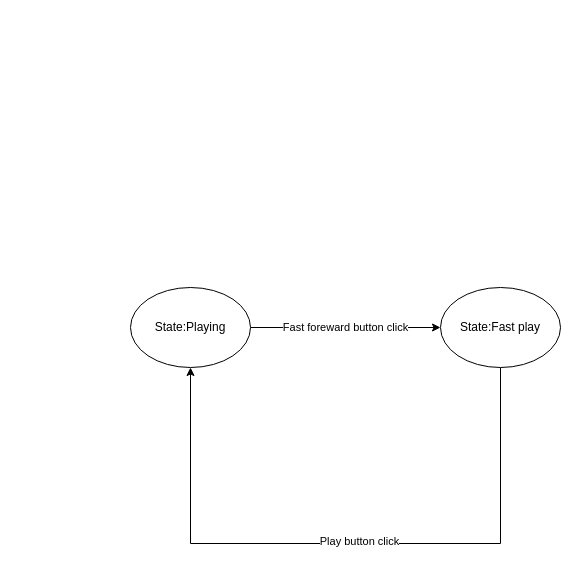
Before: Untitled Diagram.drawio in Bongiboy777/Python, a draw.io diagram. Source tidied: cells renumbered, new cells numbered last; positions are measured from the earlier drawing's top-left corner, leaving out a move shared by most shapes. Both pictures are drawn from the tidied source at 100%, with x=0, y=0 at pixel (130, 287).
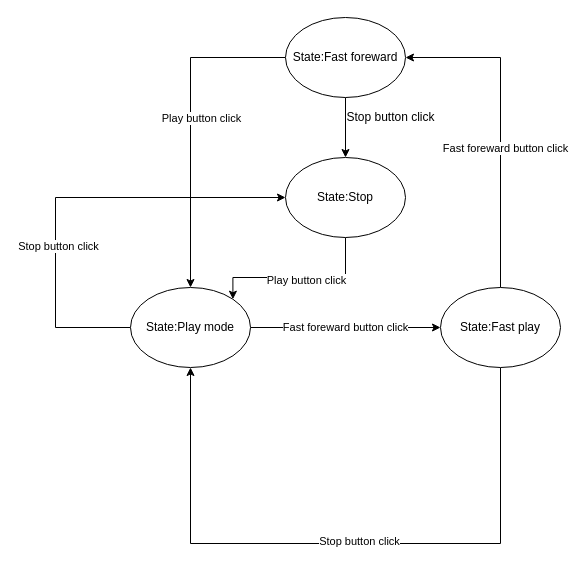
The same diagram, later.

Unchanged cells that the change refers to:
```xml
<mxCell id="4" style="edgeStyle=orthogonalEdgeStyle;rounded=0;jettySize=auto;html=1;entryX=0.5;entryY=1;entryDx=0;entryDy=0;" parent="1" edge="1" source="6" target="3">
  <mxGeometry relative="1" as="geometry">
    <Array as="points">
      <mxPoint x="370" y="256" />
      <mxPoint x="60" y="256" />
    </Array>
  </mxGeometry>
</mxCell>
<mxCell id="6" value="State:Fast play" style="ellipse;whiteSpace=wrap;html=1;" parent="1" vertex="1">
  <mxGeometry x="310" width="120" height="80" as="geometry" />
</mxCell>
```

Diff of the diagram source:
```diff
@@
+    <mxCell id="7" style="edgeStyle=orthogonalEdgeStyle;rounded=0;jettySize=auto;html=1;entryX=0;entryY=0.5;entryDx=0;entryDy=0;" parent="1" edge="1" source="3" target="17">
+      <mxGeometry relative="1" as="geometry">
+        <Array as="points">
+          <mxPoint x="-75" y="40" />
+          <mxPoint x="-75" y="-90" />
+        </Array>
+      </mxGeometry>
+    </mxCell>
+    <mxCell id="8" value="Stop button click" style="edgeLabel;html=1;align=center;verticalAlign=middle;" parent="7" vertex="1">
+      <mxGeometry x="-0.28" y="-2" relative="1" as="geometry" />
+    </mxCell>
-    <mxCell id="3" value="State:Playing" style="ellipse;whiteSpace=wrap;html=1;" parent="1" vertex="1">
+    <mxCell id="3" value="State:Play mode" style="ellipse;whiteSpace=wrap;html=1;" parent="1" vertex="1">
       <mxGeometry width="120" height="80" as="geometry" />
     </mxCell>
@@
-    <mxCell id="5" value="Play button click" style="edgeLabel;html=1;align=center;verticalAlign=middle;" parent="4" vertex="1">
+    <mxCell id="5" value="Stop button click" style="edgeLabel;html=1;align=center;verticalAlign=middle;" parent="4" vertex="1">
       <mxGeometry x="-0.04" y="-3" relative="1" as="geometry" />
     </mxCell>
+    <mxCell id="9" style="edgeStyle=orthogonalEdgeStyle;rounded=0;jettySize=auto;html=1;entryX=1;entryY=0.5;entryDx=0;entryDy=0;" parent="1" edge="1" source="6" target="14">
+      <mxGeometry relative="1" as="geometry">
+        <Array as="points">
+          <mxPoint x="370" y="-230" />
+        </Array>
+      </mxGeometry>
+    </mxCell>
+    <mxCell id="10" value="Fast foreward button click&lt;br&gt;" style="edgeLabel;html=1;align=center;verticalAlign=middle;" parent="9" vertex="1">
+      <mxGeometry x="-0.14" y="-4" relative="1" as="geometry" />
+    </mxCell>
@@
+    <mxCell id="11" style="edgeStyle=orthogonalEdgeStyle;rounded=0;jettySize=auto;html=1;" parent="1" edge="1" source="14" target="3">
+      <mxGeometry relative="1" as="geometry" />
+    </mxCell>
+    <mxCell id="12" value="Play button click" style="edgeLabel;html=1;align=center;verticalAlign=middle;" parent="11" vertex="1">
+      <mxGeometry x="0.26" y="2" relative="1" as="geometry">
+        <mxPoint x="8" y="-50" as="offset" />
+      </mxGeometry>
+    </mxCell>
+    <mxCell id="13" style="edgeStyle=orthogonalEdgeStyle;rounded=0;jettySize=auto;html=1;entryX=0.5;entryY=0;entryDx=0;entryDy=0;" parent="1" edge="1" source="14" target="17">
+      <mxGeometry relative="1" as="geometry" />
+    </mxCell>
+    <mxCell id="14" value="State:Fast foreward" style="ellipse;whiteSpace=wrap;html=1;" parent="1" vertex="1">
+      <mxGeometry x="155" y="-270" width="120" height="80" as="geometry" />
+    </mxCell>
+    <mxCell id="15" style="edgeStyle=orthogonalEdgeStyle;rounded=0;jettySize=auto;html=1;entryX=1;entryY=0;entryDx=0;entryDy=0;" parent="1" edge="1" source="17" target="3">
+      <mxGeometry relative="1" as="geometry">
+        <Array as="points">
+          <mxPoint x="215" y="-10" />
+          <mxPoint x="102" y="-10" />
+        </Array>
+      </mxGeometry>
+    </mxCell>
+    <mxCell id="16" value="Play button click" style="edgeLabel;html=1;align=center;verticalAlign=middle;" parent="15" vertex="1">
+      <mxGeometry x="-0.08" y="2" relative="1" as="geometry" />
+    </mxCell>
+    <mxCell id="17" value="State:Stop" style="ellipse;whiteSpace=wrap;html=1;" parent="1" vertex="1">
+      <mxGeometry x="155" y="-130" width="120" height="80" as="geometry" />
+    </mxCell>
+    <mxCell id="18" value="Stop button click" style="text;html=1;align=center;verticalAlign=middle;strokeColor=none;" parent="1" vertex="1">
+      <mxGeometry x="210" y="-180" width="100" height="20" as="geometry" />
+    </mxCell>
```
